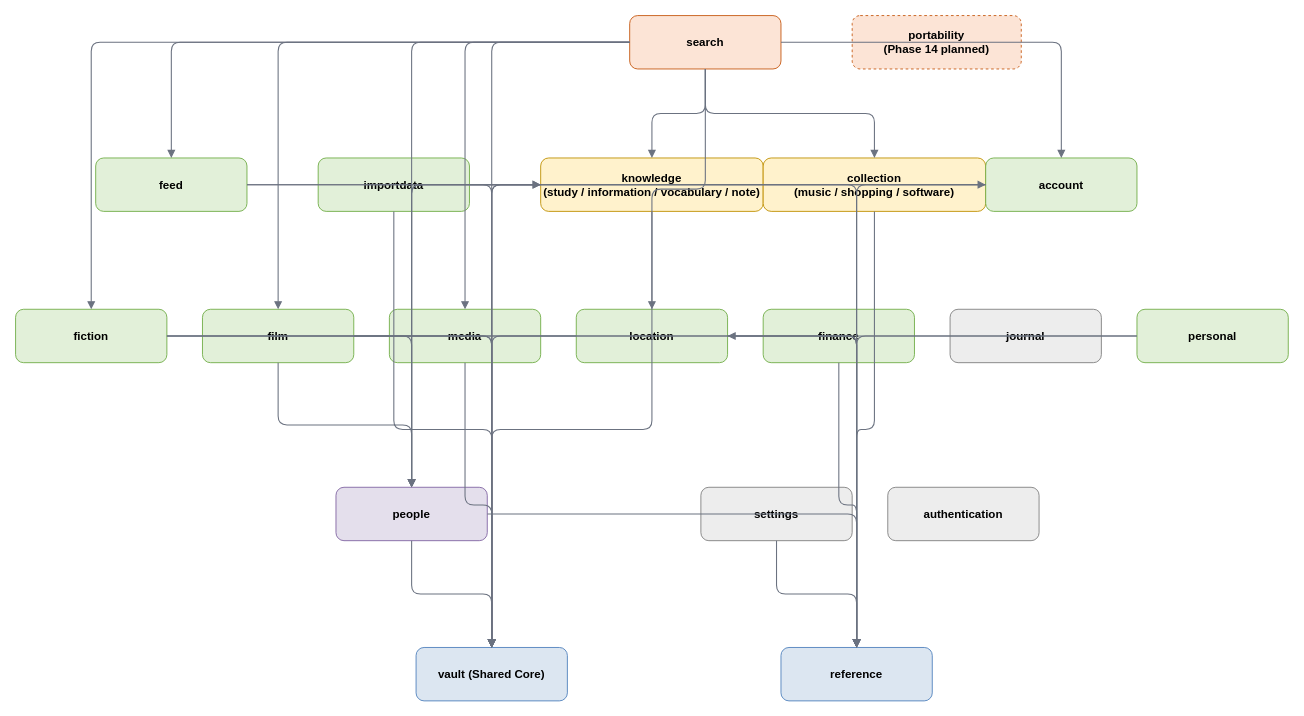
This is docs/architecture/diagrams/source/module-dependencies.drawio from vhvkhangg/personal-private-vault, a draw.io file, before an edit. Source tidied: cells renumbered, new cells numbered last; positions are measured from the earlier drawing's top-left corner, leaving out a move shared by most shapes. Both pictures are drawn from the tidied source at 89%, with x=0, y=0 at pixel (15, 15).
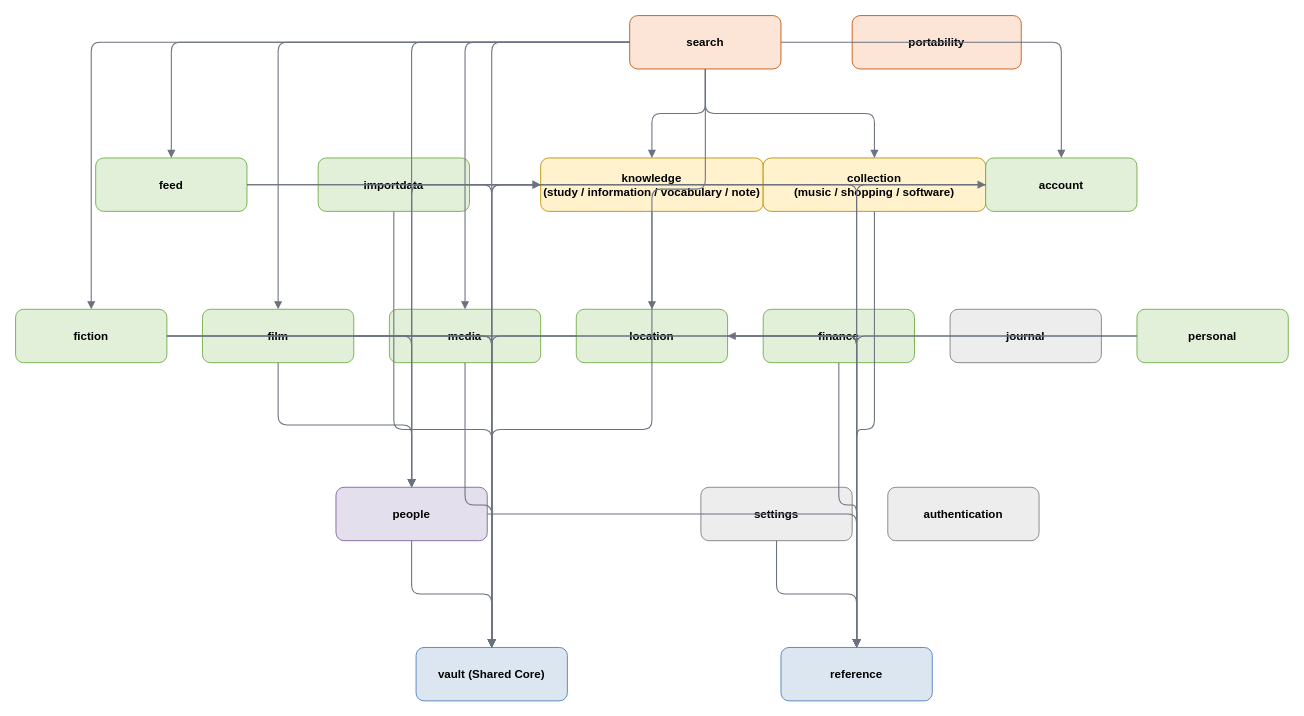
The same page after the edit.

Diff of the diagram source:
```diff
@@
-    <mxCell id="3" value="portability&#10;(Phase 14 planned)" style="rounded=1;dashed=1;whiteSpace=wrap;html=1;fillColor=#FCE4D6;strokeColor=#C65911;fontStyle=1;fontSize=13;align=center;verticalAlign=middle;" parent="1" vertex="1">
+    <mxCell id="3" value="portability" style="rounded=1;whiteSpace=wrap;html=1;fillColor=#FCE4D6;strokeColor=#C65911;fontStyle=1;fontSize=13;align=center;verticalAlign=middle;" parent="1" vertex="1">
       <mxGeometry x="940" width="190" height="60" as="geometry" />
     </mxCell>
```
